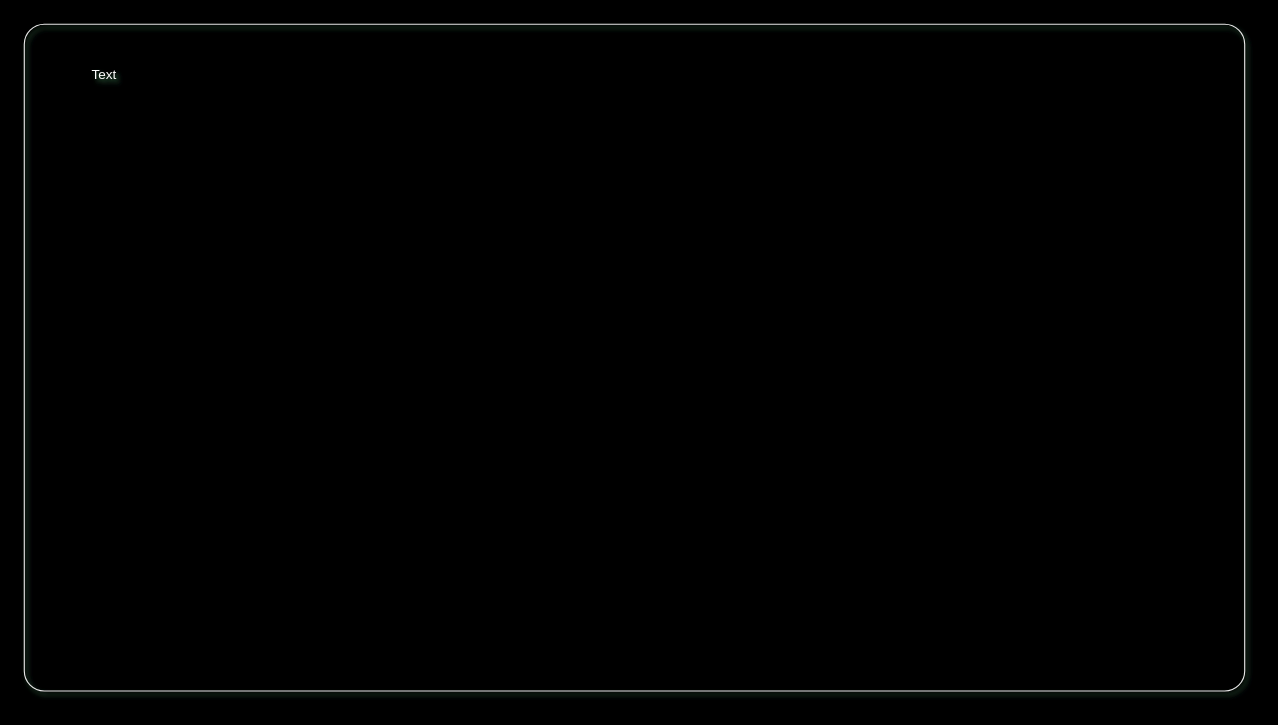
Earlier version of the draw.io diagram Untitled Diagram.drawio (gsaukov/spring-batch-demo). Source tidied: cells renumbered, new cells numbered last; positions are measured from the earlier drawing's top-left corner, leaving out a move shared by most shapes. Both pictures are drawn from the tidied source at 113%, with x=0, y=0 at pixel (24, 24).
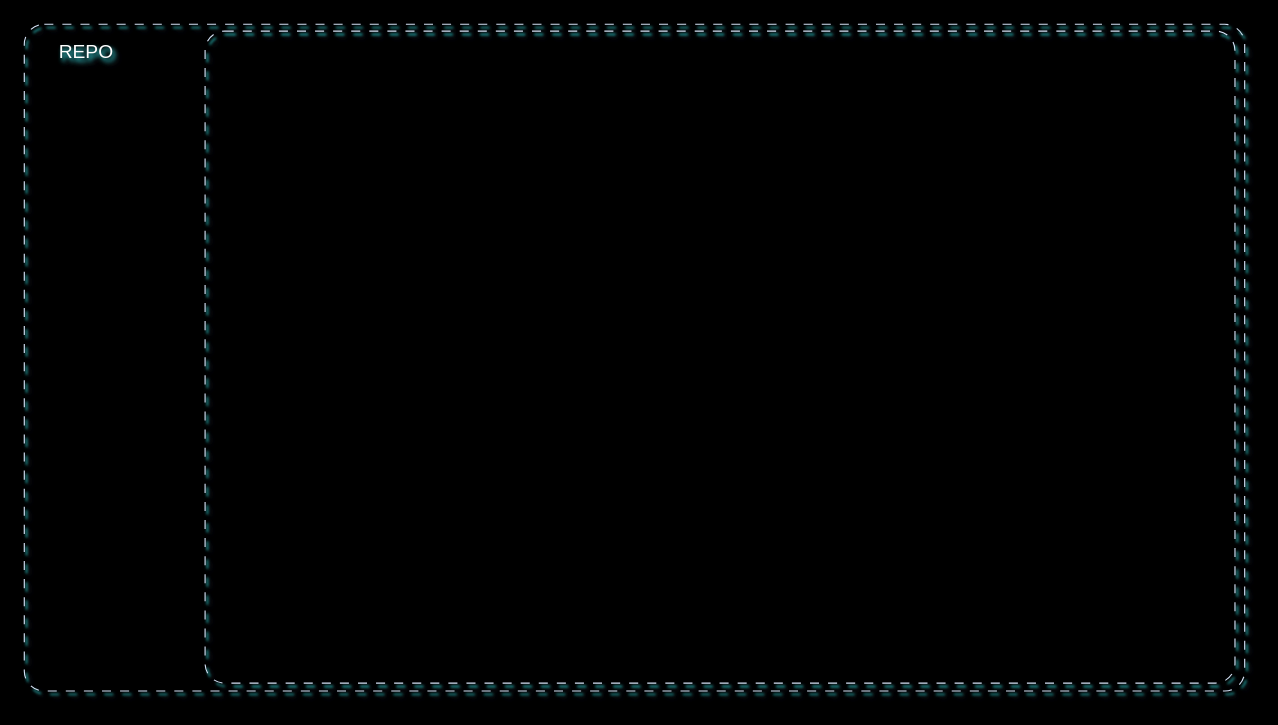
Above is the later version.

Change to the diagram source:
```diff
@@
 <mxGraphModel background="#000000" shadow="1">
   <root>
     <mxCell id="0" />
     <mxCell id="1" parent="0" />
-    <mxCell id="2" style="rounded=1;whiteSpace=wrap;html=1;shadow=1;arcSize=3;fillColor=none;glass=0;perimeterSpacing=0;labelBorderColor=none;shadowOffsetX=2;shadowOpacity=25;shadowColor=#66FF66;strokeColor=#E6E6E6;" parent="1" vertex="1">
+    <mxCell id="2" style="rounded=1;whiteSpace=wrap;html=1;shadow=1;arcSize=3;fillColor=none;glass=0;perimeterSpacing=0;labelBorderColor=none;shadowOffsetX=2;shadowOpacity=80;shadowColor=#33FFFF;strokeColor=#D4E1F5;dashed=1;dashPattern=8 8;strokeWidth=1;shadowBlur=1;" parent="1" vertex="1">
       <mxGeometry width="1080" height="590" as="geometry" />
     </mxCell>
-    <mxCell id="3" value="Text" style="text;html=1;strokeColor=none;fillColor=none;align=center;verticalAlign=middle;whiteSpace=wrap;rounded=0;shadow=1;sketch=0;shadowColor=#66FF66;textShadow=1;fontColor=#FFFFFF;" parent="1" vertex="1">
-      <mxGeometry x="16" y="20" width="110" height="50" as="geometry" />
+    <mxCell id="3" value="REPO" style="text;html=1;strokeColor=none;fillColor=none;align=center;verticalAlign=middle;whiteSpace=wrap;rounded=0;shadow=1;sketch=0;shadowColor=#33FFFF;textShadow=1;fontColor=#FFFFFF;shadowOpacity=80;fontSize=17;" parent="1" vertex="1">
+      <mxGeometry width="110" height="50" as="geometry" />
     </mxCell>
+    <mxCell id="4" style="rounded=1;whiteSpace=wrap;html=1;shadow=1;arcSize=3;fillColor=none;glass=0;perimeterSpacing=0;labelBorderColor=none;shadowOffsetX=2;shadowOpacity=80;shadowColor=#33FFFF;strokeColor=#D4E1F5;dashed=1;dashPattern=8 8;strokeWidth=1;shadowBlur=1;" parent="1" vertex="1">
+      <mxGeometry x="160" y="6" width="911.4" height="577" as="geometry" />
+    </mxCell>
   </root>
 </mxGraphModel>
```
